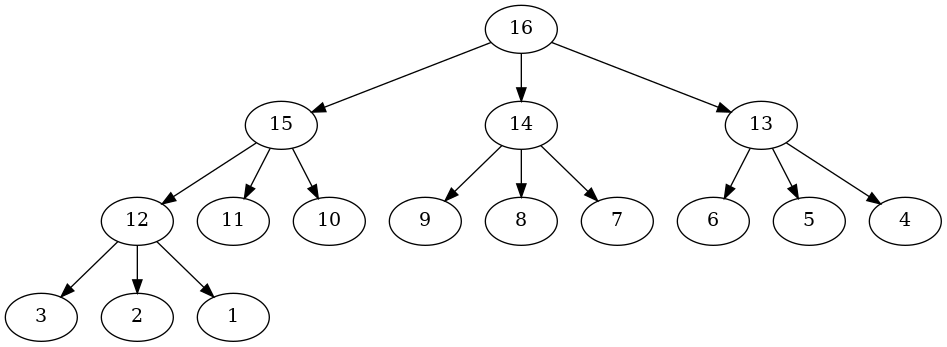
The Graphviz diagram graph.png in 1mchlkrpch/algo, before a commit. Its source is kept beside it as graph.dot.
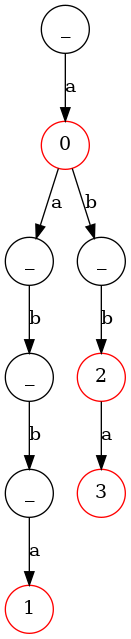
After the change.

Change to the diagram source:
```diff
@@ -1,17 +1,19 @@
-digraph G {
-	16->15
-	16->14
-	16->13
-	15->12
-	15->11
-	15->10
-	14->9
-	14->8
-	14->7
-	13->6
-	13->5
-	13->4
-	12->3
-	12->2
-	12->1
+digraph G{
+	94383135231680[shape=circle label=_]
+	94383135232048[shape=circle color=red label=0]
+	94383135231680->94383135232048 [label=a]
+	94383135232416[shape=circle label=_]
+	94383135232048->94383135232416 [label=a]
+	94383135233744[shape=circle label=_]
+	94383135232048->94383135233744 [label=b]
+	94383135232720[shape=circle label=_]
+	94383135232416->94383135232720 [label=b]
+	94383135234048[shape=circle color=red label=2]
+	94383135233744->94383135234048 [label=b]
+	94383135233024[shape=circle label=_]
+	94383135232720->94383135233024 [label=b]
+	94383135234384[shape=circle color=red label=3]
+	94383135234048->94383135234384 [label=a]
+	94383135233360[shape=circle color=red label=1]
+	94383135233024->94383135233360 [label=a]
 }
```
